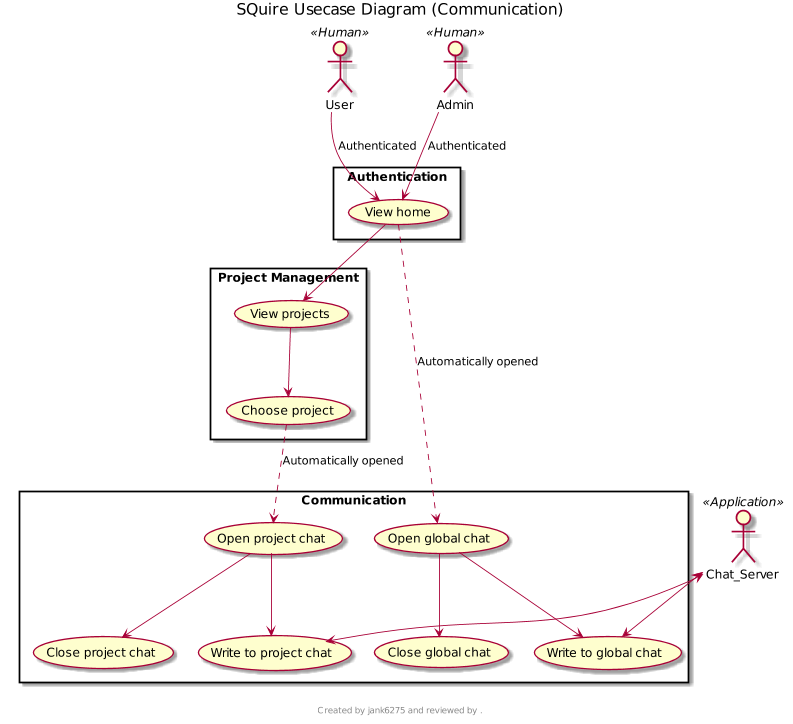
This is Deliverables/Master Requirements Specification/diagrams/usecase-communication.png from uidaho/cs383, a PlantUML export, as it was before one commit.
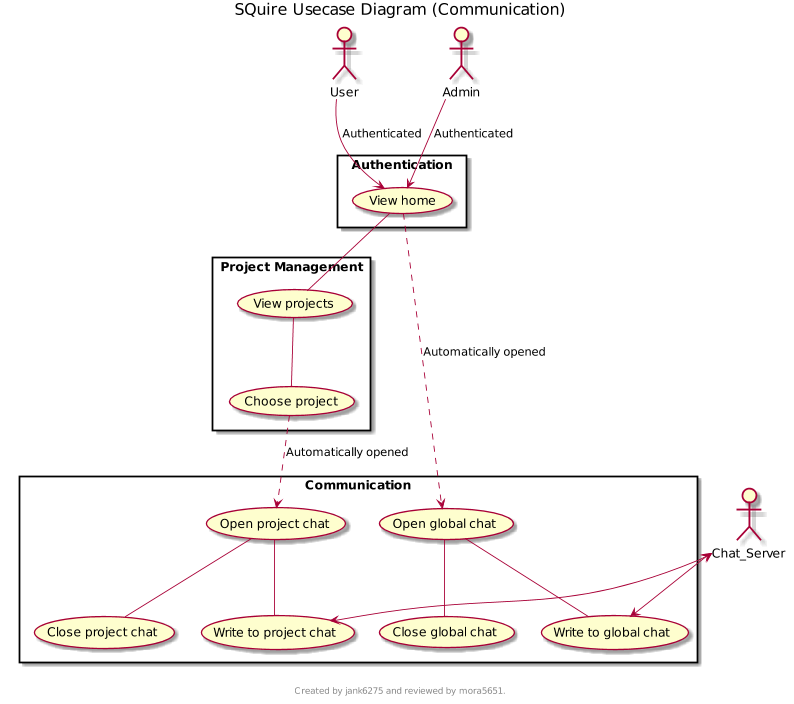
The same diagram one commit later.

What changed in the source:
```diff
@@ -2,12 +2,12 @@
 scale 800 width
 title SQuire Usecase Diagram (Communication)
 footer
-Created by jank6275 and reviewed by .
+Created by jank6275 and reviewed by mora5651.
 endfooter
 
-actor User << Human >>
-actor Admin << Human >>
-actor Chat_Server << Application >>
+actor User
+actor Admin
+actor Chat_Server
 
 rectangle "Authentication" {
     User --> (View home) : Authenticated
@@ -15,17 +15,17 @@
 }
 
 rectangle "Project Management" {
-    (View home) --> (View projects)
-    (View projects) --> (Choose project)
+    (View home) -- (View projects)
+    (View projects) -- (Choose project)
 }
 
 rectangle "Communication" {
     (Choose project) ..> (Open project chat) : Automatically opened
-        (Open project chat) --> (Write to project chat)
-        (Open project chat) --> (Close project chat)
+        (Open project chat) -- (Write to project chat)
+        (Open project chat) -- (Close project chat)
     (View home) ..> (Open global chat) : Automatically opened
-        (Open global chat) --> (Write to global chat)
-        (Open global chat) --> (Close global chat)
+        (Open global chat) -- (Write to global chat)
+        (Open global chat) -- (Close global chat)
 }
 
 Chat_Server <--> (Write to global chat)
```
